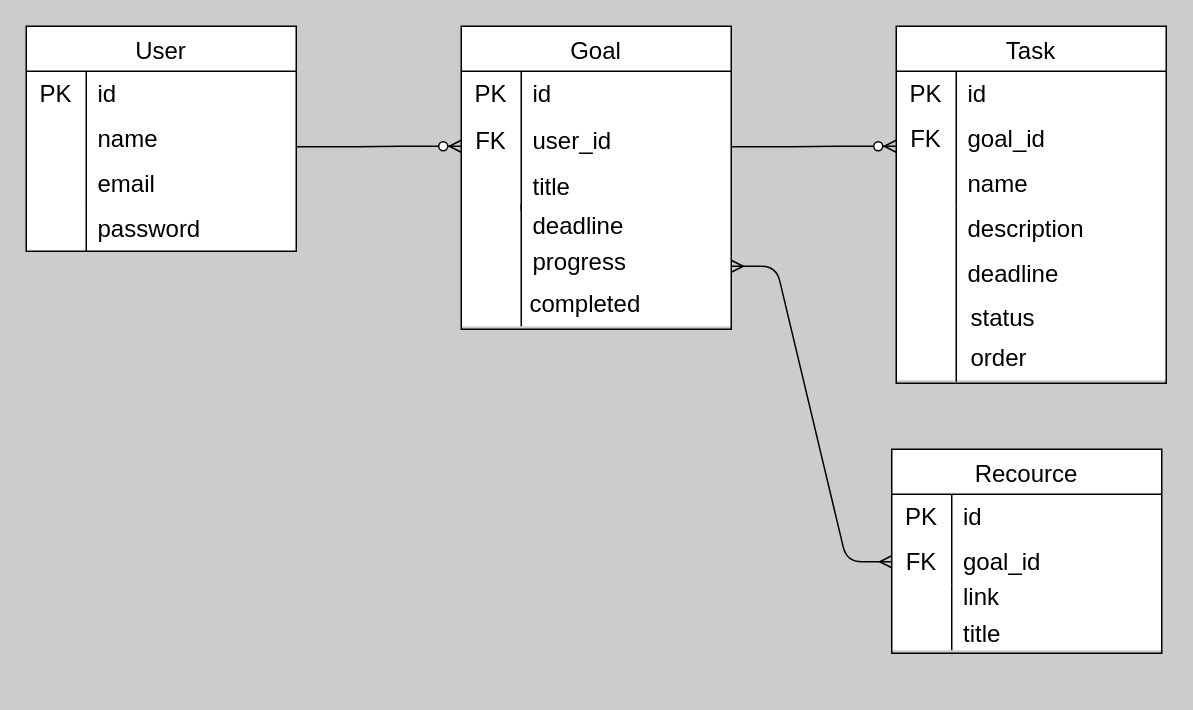
The draw.io diagram taskall.dio in ShotaMihara/Taskall, before the edit. Source tidied: cells renumbered, new cells numbered last; positions are measured from the earlier drawing's top-left corner, leaving out a move shared by most shapes. Both pictures are drawn from the tidied source at 150%, with x=0, y=0 at pixel (26, 26).
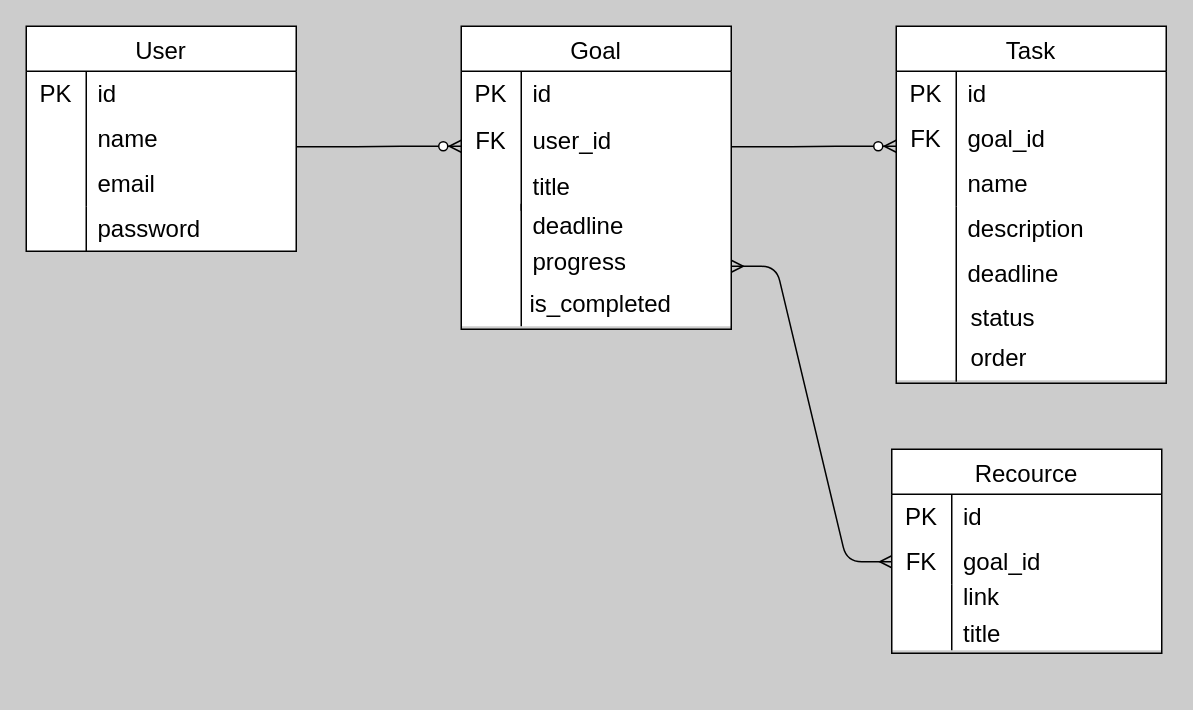
Above is the later version.

What changed in the source:
```diff
@@
-    <mxCell id="49" value="completed" style="shape=partialRectangle;html=1;whiteSpace=wrap;fillColor=none;top=0;left=0;bottom=0;right=0;align=left;spacingLeft=6;overflow=hidden;strokeColor=inherit;fontSize=16;" parent="1" vertex="1">
+    <mxCell id="49" value="is_completed" style="shape=partialRectangle;html=1;whiteSpace=wrap;fillColor=none;top=0;left=0;bottom=0;right=0;align=left;spacingLeft=6;overflow=hidden;strokeColor=inherit;fontSize=16;" parent="1" vertex="1">
       <mxGeometry x="328" y="170" width="158" height="29.6" as="geometry" />
     </mxCell>
```
